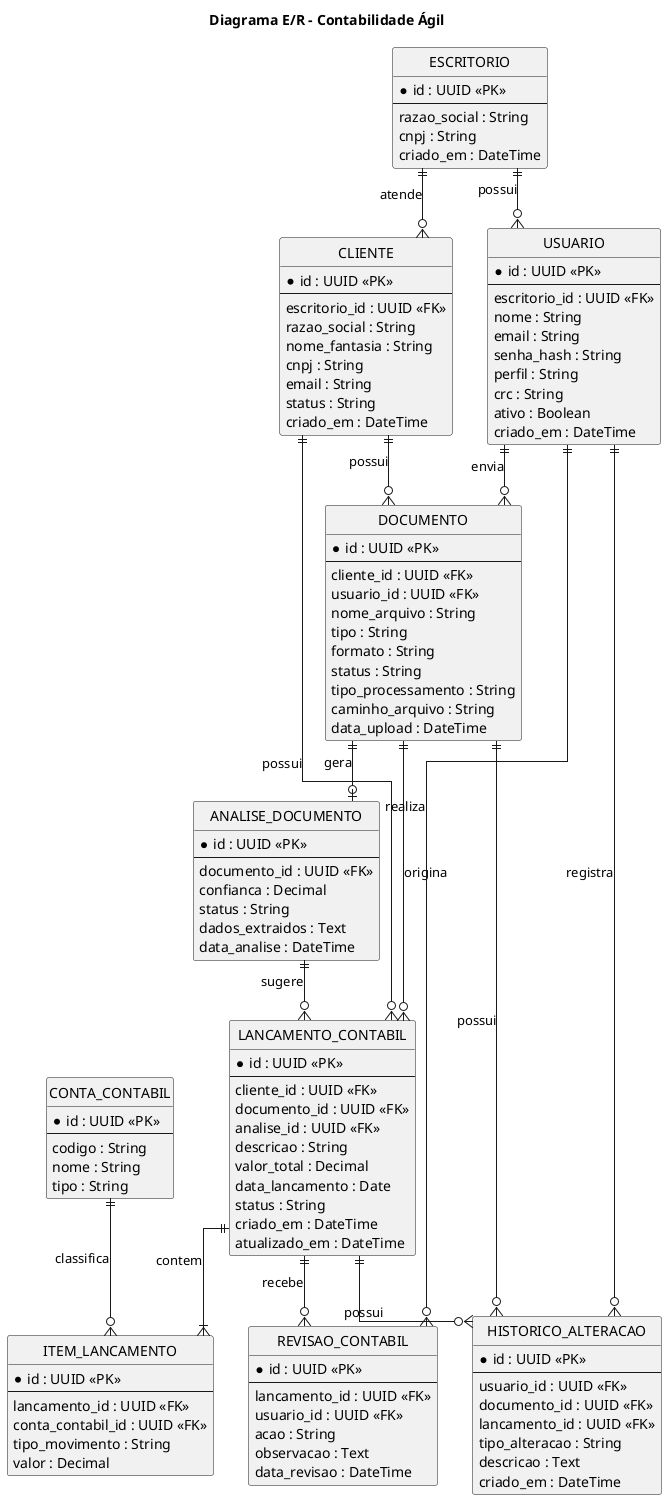
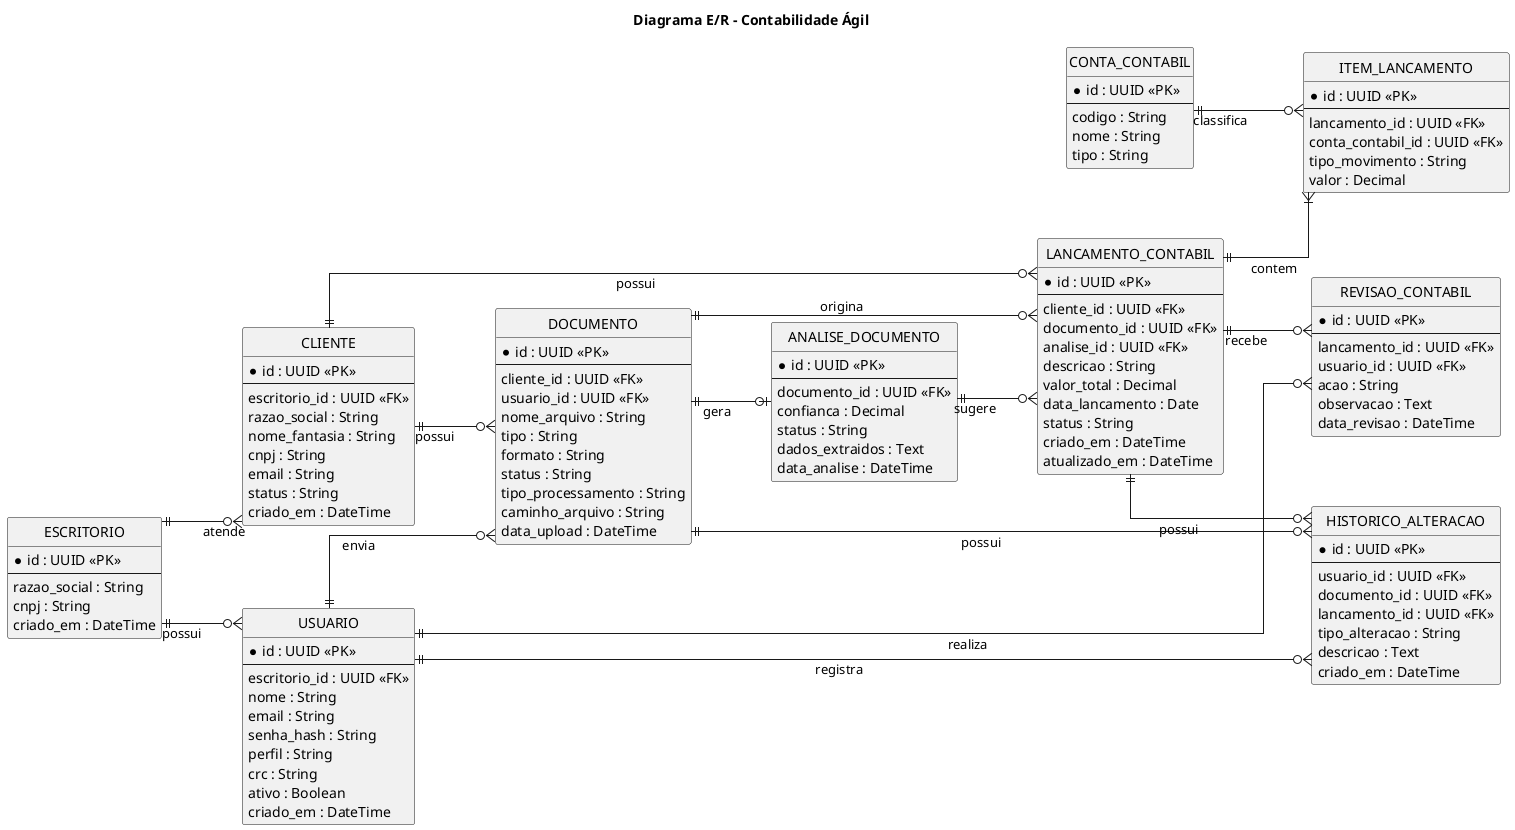
@startuml
title Diagrama E/R - Contabilidade Ágil

hide circle
skinparam linetype ortho
+ skinparam nodesep 70
+ skinparam ranksep 80
+ skinparam shadowing false
+ left to right direction

entity "ESCRITORIO" as escritorio {
  * id : UUID <<PK>>
  --
  razao_social : String
  cnpj : String
  criado_em : DateTime
}

entity "USUARIO" as usuario {
  * id : UUID <<PK>>
  --
  escritorio_id : UUID <<FK>>
  nome : String
  email : String
  senha_hash : String
  perfil : String
  crc : String
  ativo : Boolean
  criado_em : DateTime
}

entity "CLIENTE" as cliente {
  * id : UUID <<PK>>
  --
  escritorio_id : UUID <<FK>>
  razao_social : String
  nome_fantasia : String
  cnpj : String
  email : String
  status : String
  criado_em : DateTime
}

entity "DOCUMENTO" as documento {
  * id : UUID <<PK>>
  --
  cliente_id : UUID <<FK>>
  usuario_id : UUID <<FK>>
  nome_arquivo : String
  tipo : String
  formato : String
  status : String
  tipo_processamento : String
  caminho_arquivo : String
  data_upload : DateTime
}

entity "ANALISE_DOCUMENTO" as analise {
  * id : UUID <<PK>>
  --
  documento_id : UUID <<FK>>
  confianca : Decimal
  status : String
  dados_extraidos : Text
  data_analise : DateTime
}

entity "LANCAMENTO_CONTABIL" as lancamento {
  * id : UUID <<PK>>
  --
  cliente_id : UUID <<FK>>
  documento_id : UUID <<FK>>
  analise_id : UUID <<FK>>
  descricao : String
  valor_total : Decimal
  data_lancamento : Date
  status : String
  criado_em : DateTime
  atualizado_em : DateTime
}

entity "ITEM_LANCAMENTO" as item {
  * id : UUID <<PK>>
  --
  lancamento_id : UUID <<FK>>
  conta_contabil_id : UUID <<FK>>
  tipo_movimento : String
  valor : Decimal
}

entity "CONTA_CONTABIL" as conta {
  * id : UUID <<PK>>
  --
  codigo : String
  nome : String
  tipo : String
}

entity "REVISAO_CONTABIL" as revisao {
  * id : UUID <<PK>>
  --
  lancamento_id : UUID <<FK>>
  usuario_id : UUID <<FK>>
  acao : String
  observacao : Text
  data_revisao : DateTime
}

entity "HISTORICO_ALTERACAO" as historico {
  * id : UUID <<PK>>
  --
  usuario_id : UUID <<FK>>
  documento_id : UUID <<FK>>
  lancamento_id : UUID <<FK>>
  tipo_alteracao : String
  descricao : Text
  criado_em : DateTime
}

escritorio ||--o{ usuario : possui
escritorio ||--o{ cliente : atende

usuario ||--o{ documento : envia
cliente ||--o{ documento : possui

documento ||--o| analise : gera
analise ||--o{ lancamento : sugere

documento ||--o{ lancamento : origina
cliente ||--o{ lancamento : possui

lancamento ||--|{ item : contem
conta ||--o{ item : classifica

usuario ||--o{ revisao : realiza
lancamento ||--o{ revisao : recebe

usuario ||--o{ historico : registra
documento ||--o{ historico : possui
lancamento ||--o{ historico : possui

@enduml